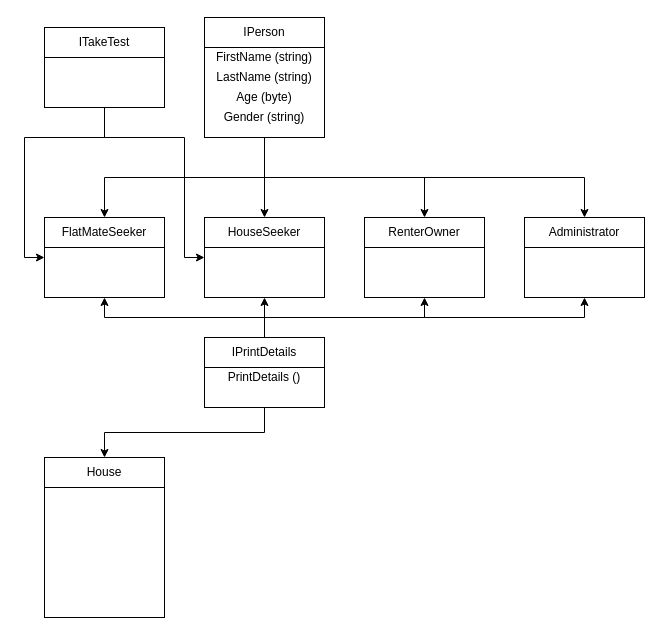
This is Schemas/ClassAndInterfaces.drawio from DimitraK92/Your_New_House_Mate_TeamProject, a draw.io file, before an edit. Source tidied: cells renumbered, new cells numbered last; positions are measured from the earlier drawing's top-left corner, leaving out a move shared by most shapes. Both pictures are drawn from the tidied source at 100%, with x=0, y=0 at pixel (24, 17).
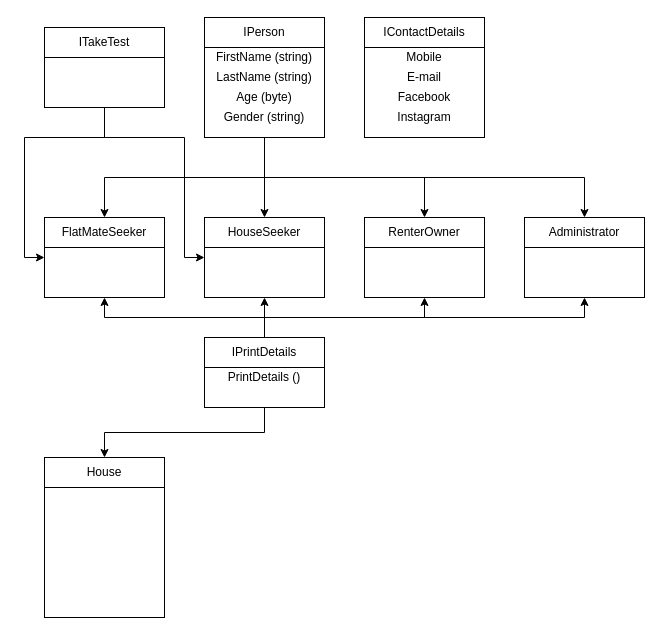
The same diagram, later.

Diff of the diagram source:
```diff
@@
+    <mxCell id="35" style="rounded=0;whiteSpace=wrap;html=1;fillColor=none;" parent="1" vertex="1">
+      <mxGeometry x="340" width="120" height="120" as="geometry" />
+    </mxCell>
+    <mxCell id="36" value="IContactDetails" style="rounded=0;whiteSpace=wrap;html=1;fillColor=none;" parent="1" vertex="1">
+      <mxGeometry x="340" width="120" height="30" as="geometry" />
+    </mxCell>
+    <mxCell id="37" value="Mobile" style="text;html=1;strokeColor=none;fillColor=none;align=center;verticalAlign=middle;whiteSpace=wrap;rounded=0;" parent="1" vertex="1">
+      <mxGeometry x="340" y="30" width="120" height="20" as="geometry" />
+    </mxCell>
+    <mxCell id="38" value="E-mail" style="text;html=1;strokeColor=none;fillColor=none;align=center;verticalAlign=middle;whiteSpace=wrap;rounded=0;" parent="1" vertex="1">
+      <mxGeometry x="340" y="50" width="120" height="20" as="geometry" />
+    </mxCell>
+    <mxCell id="39" value="Facebook" style="text;html=1;strokeColor=none;fillColor=none;align=center;verticalAlign=middle;whiteSpace=wrap;rounded=0;" parent="1" vertex="1">
+      <mxGeometry x="340" y="70" width="120" height="20" as="geometry" />
+    </mxCell>
+    <mxCell id="40" value="Instagram" style="text;html=1;strokeColor=none;fillColor=none;align=center;verticalAlign=middle;whiteSpace=wrap;rounded=0;" parent="1" vertex="1">
+      <mxGeometry x="340" y="90" width="120" height="20" as="geometry" />
+    </mxCell>
```
